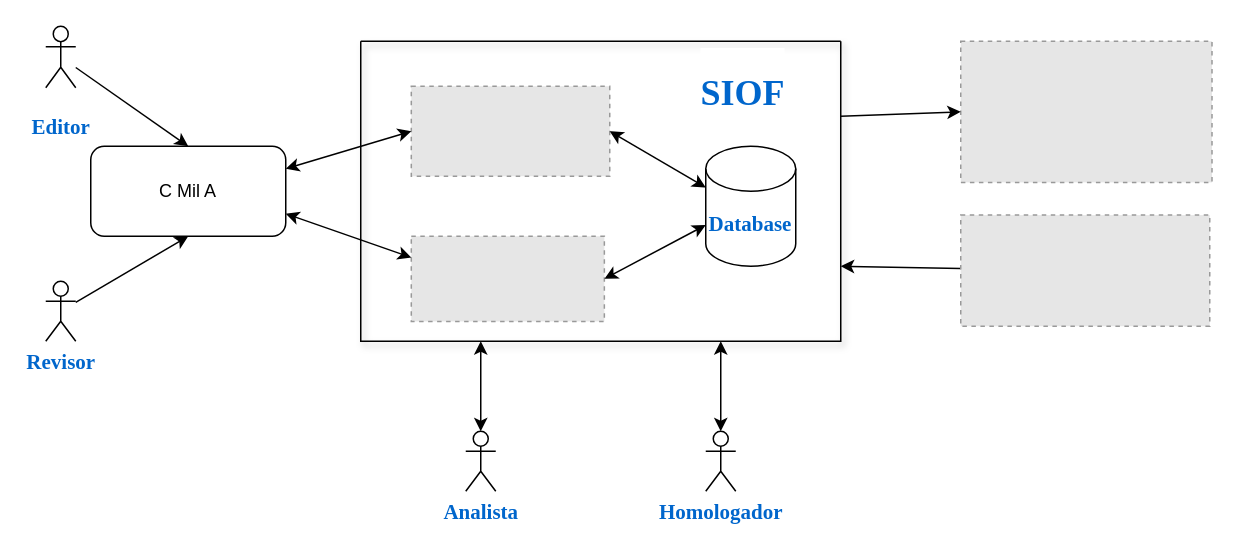
infopontes/ptrab keeps this draw.io diagram as page "Arquitetura" (2 of 3) of Diagrama.drawio. Above is the earlier version. Source tidied: cells renumbered, new cells numbered last; positions are measured from the earlier drawing's top-left corner, leaving out a move shared by most shapes. Both pictures are drawn from the tidied source at 150%, with x=0, y=0 at pixel (45, 26). Pictures stored in the file or linked from it are replaced by grey dashed boxes.
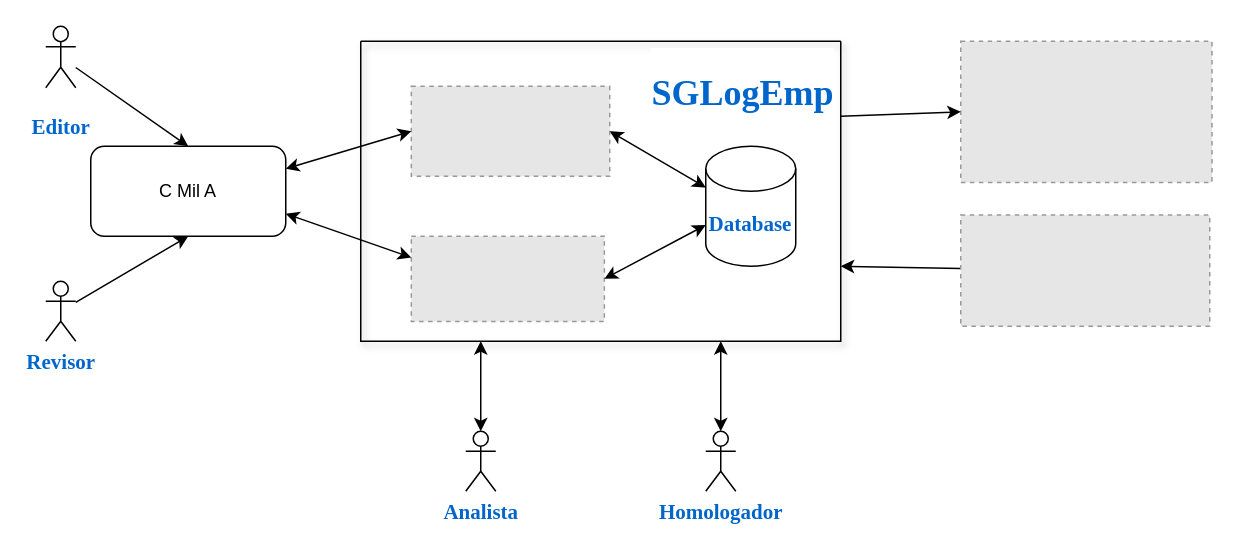
The same diagram, later.

The change refers to these unchanged cells:
```xml
<mxCell id="9" style="swimlane;startSize=0;labelBackgroundColor=#ffffff;fontFamily=Helvetica;fontSize=12;fontColor=default;strokeColor=default;fillColor=default;shadow=1;" parent="1" vertex="1">
  <mxGeometry x="210" y="10" width="320" height="200" as="geometry" />
</mxCell>
```

Diff of the diagram source:
```diff
@@
-    <mxCell id="10" value="&lt;h1&gt;&lt;font style=&quot;font-size: 24px ; background-color: rgb(255 , 255 , 255)&quot; face=&quot;Garamond&quot; color=&quot;#0066cc&quot;&gt;SIOF&lt;/font&gt;&lt;/h1&gt;" style="text;html=1;strokeColor=none;fillColor=none;align=center;verticalAlign=middle;whiteSpace=wrap;rounded=0;labelBackgroundColor=#ffffff;fontFamily=Helvetica;fontSize=12;fontColor=default;" parent="9" vertex="1">
+    <mxCell id="10" value="&lt;h1&gt;&lt;font style=&quot;font-size: 24px ; background-color: rgb(255 , 255 , 255)&quot; face=&quot;Garamond&quot; color=&quot;#0066cc&quot;&gt;SGLogEmp&lt;/font&gt;&lt;/h1&gt;" style="text;html=1;strokeColor=none;fillColor=none;align=center;verticalAlign=middle;whiteSpace=wrap;rounded=0;labelBackgroundColor=#ffffff;fontFamily=Helvetica;fontSize=12;fontColor=default;" parent="9" vertex="1">
       <mxGeometry x="210" y="20" width="90" height="30" as="geometry" />
     </mxCell>
```
